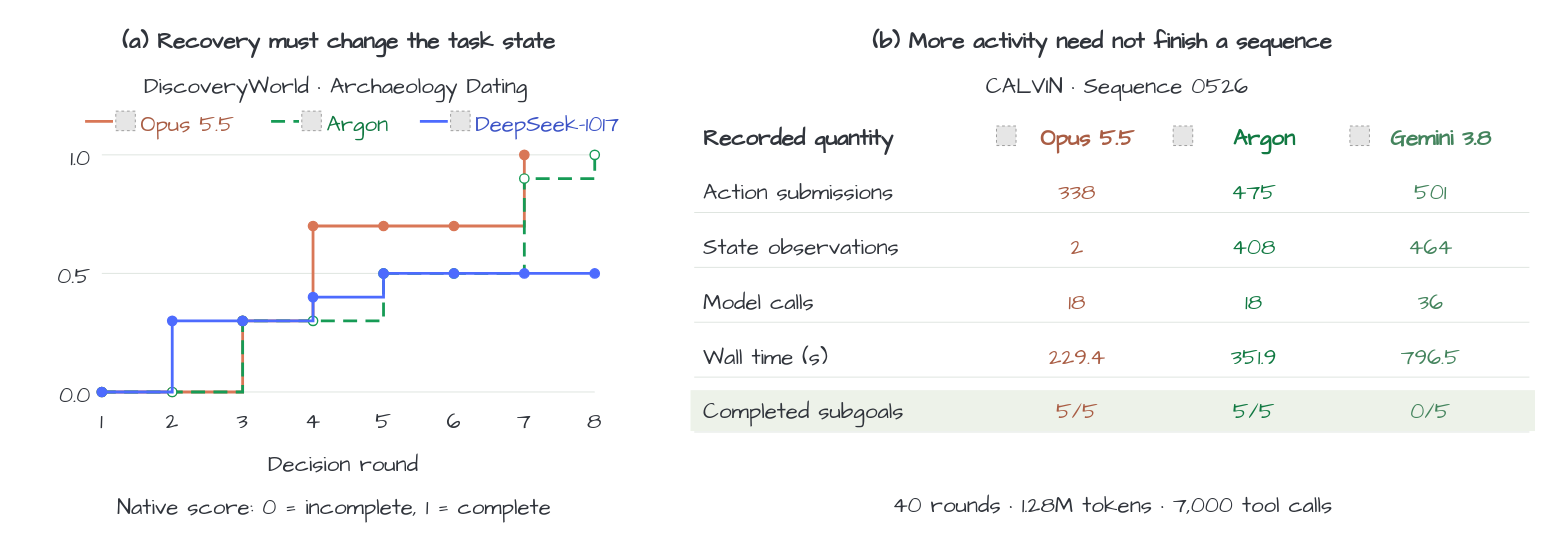
Before: public/assets/analysis/execution-progress.drawio in embodied-agent-arena/embodied-agent-arena, a draw.io diagram. Source tidied: cells renumbered, new cells numbered last; positions are measured from the earlier drawing's top-left corner, leaving out a move shared by most shapes. Both pictures are drawn from the tidied source at 93%, with x=0, y=0 at pixel (15, 15). Pictures stored in the file or linked from it are replaced by grey dashed boxes.
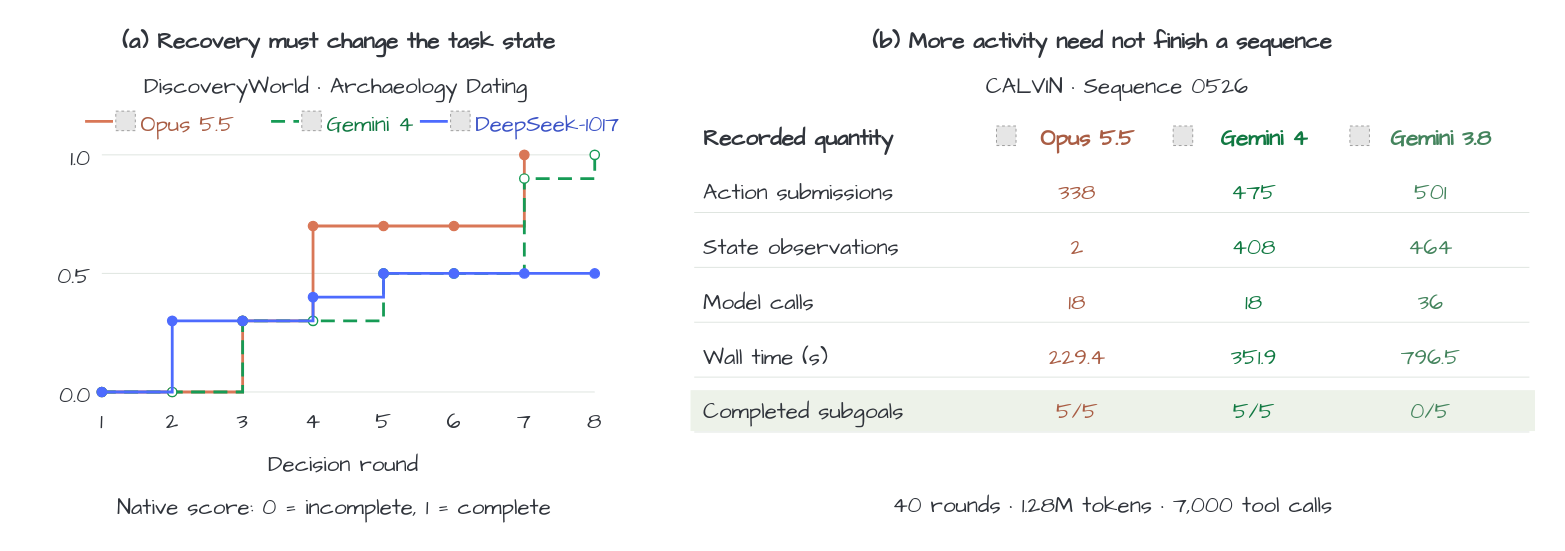
Above is the later version.

What changed in the source:
```diff
@@
-    <mxCell id="40" value="Argon" style="shape=rectangle;fillColor=none;strokeColor=none;fontFamily=Comic Sans MS;fontSize=24;fontColor=#117942;align=left;verticalAlign=middle;whiteSpace=nowrap;html=0;spacing=0;fontStyle=0;" parent="1" vertex="1">
+    <mxCell id="40" value="Gemini 4" style="shape=rectangle;fillColor=none;strokeColor=none;fontFamily=Comic Sans MS;fontSize=24;fontColor=#117942;align=left;verticalAlign=middle;whiteSpace=nowrap;html=0;spacing=0;fontStyle=0;" parent="1" vertex="1">
       <mxGeometry x="335" y="96" width="120" height="35" as="geometry" />
     </mxCell>
@@
-    <mxCell id="73" value="Argon" style="shape=rectangle;fillColor=none;strokeColor=none;fontFamily=Comic Sans MS;fontSize=24;fontColor=#117942;align=center;verticalAlign=middle;whiteSpace=nowrap;html=0;spacing=0;fontStyle=1;" parent="1" vertex="1">
+    <mxCell id="73" value="Gemini 4" style="shape=rectangle;fillColor=none;strokeColor=none;fontFamily=Comic Sans MS;fontSize=24;fontColor=#117942;align=center;verticalAlign=middle;whiteSpace=nowrap;html=0;spacing=0;fontStyle=1;" parent="1" vertex="1">
       <mxGeometry x="1264" y="112" width="158" height="34" as="geometry" />
     </mxCell>
```
